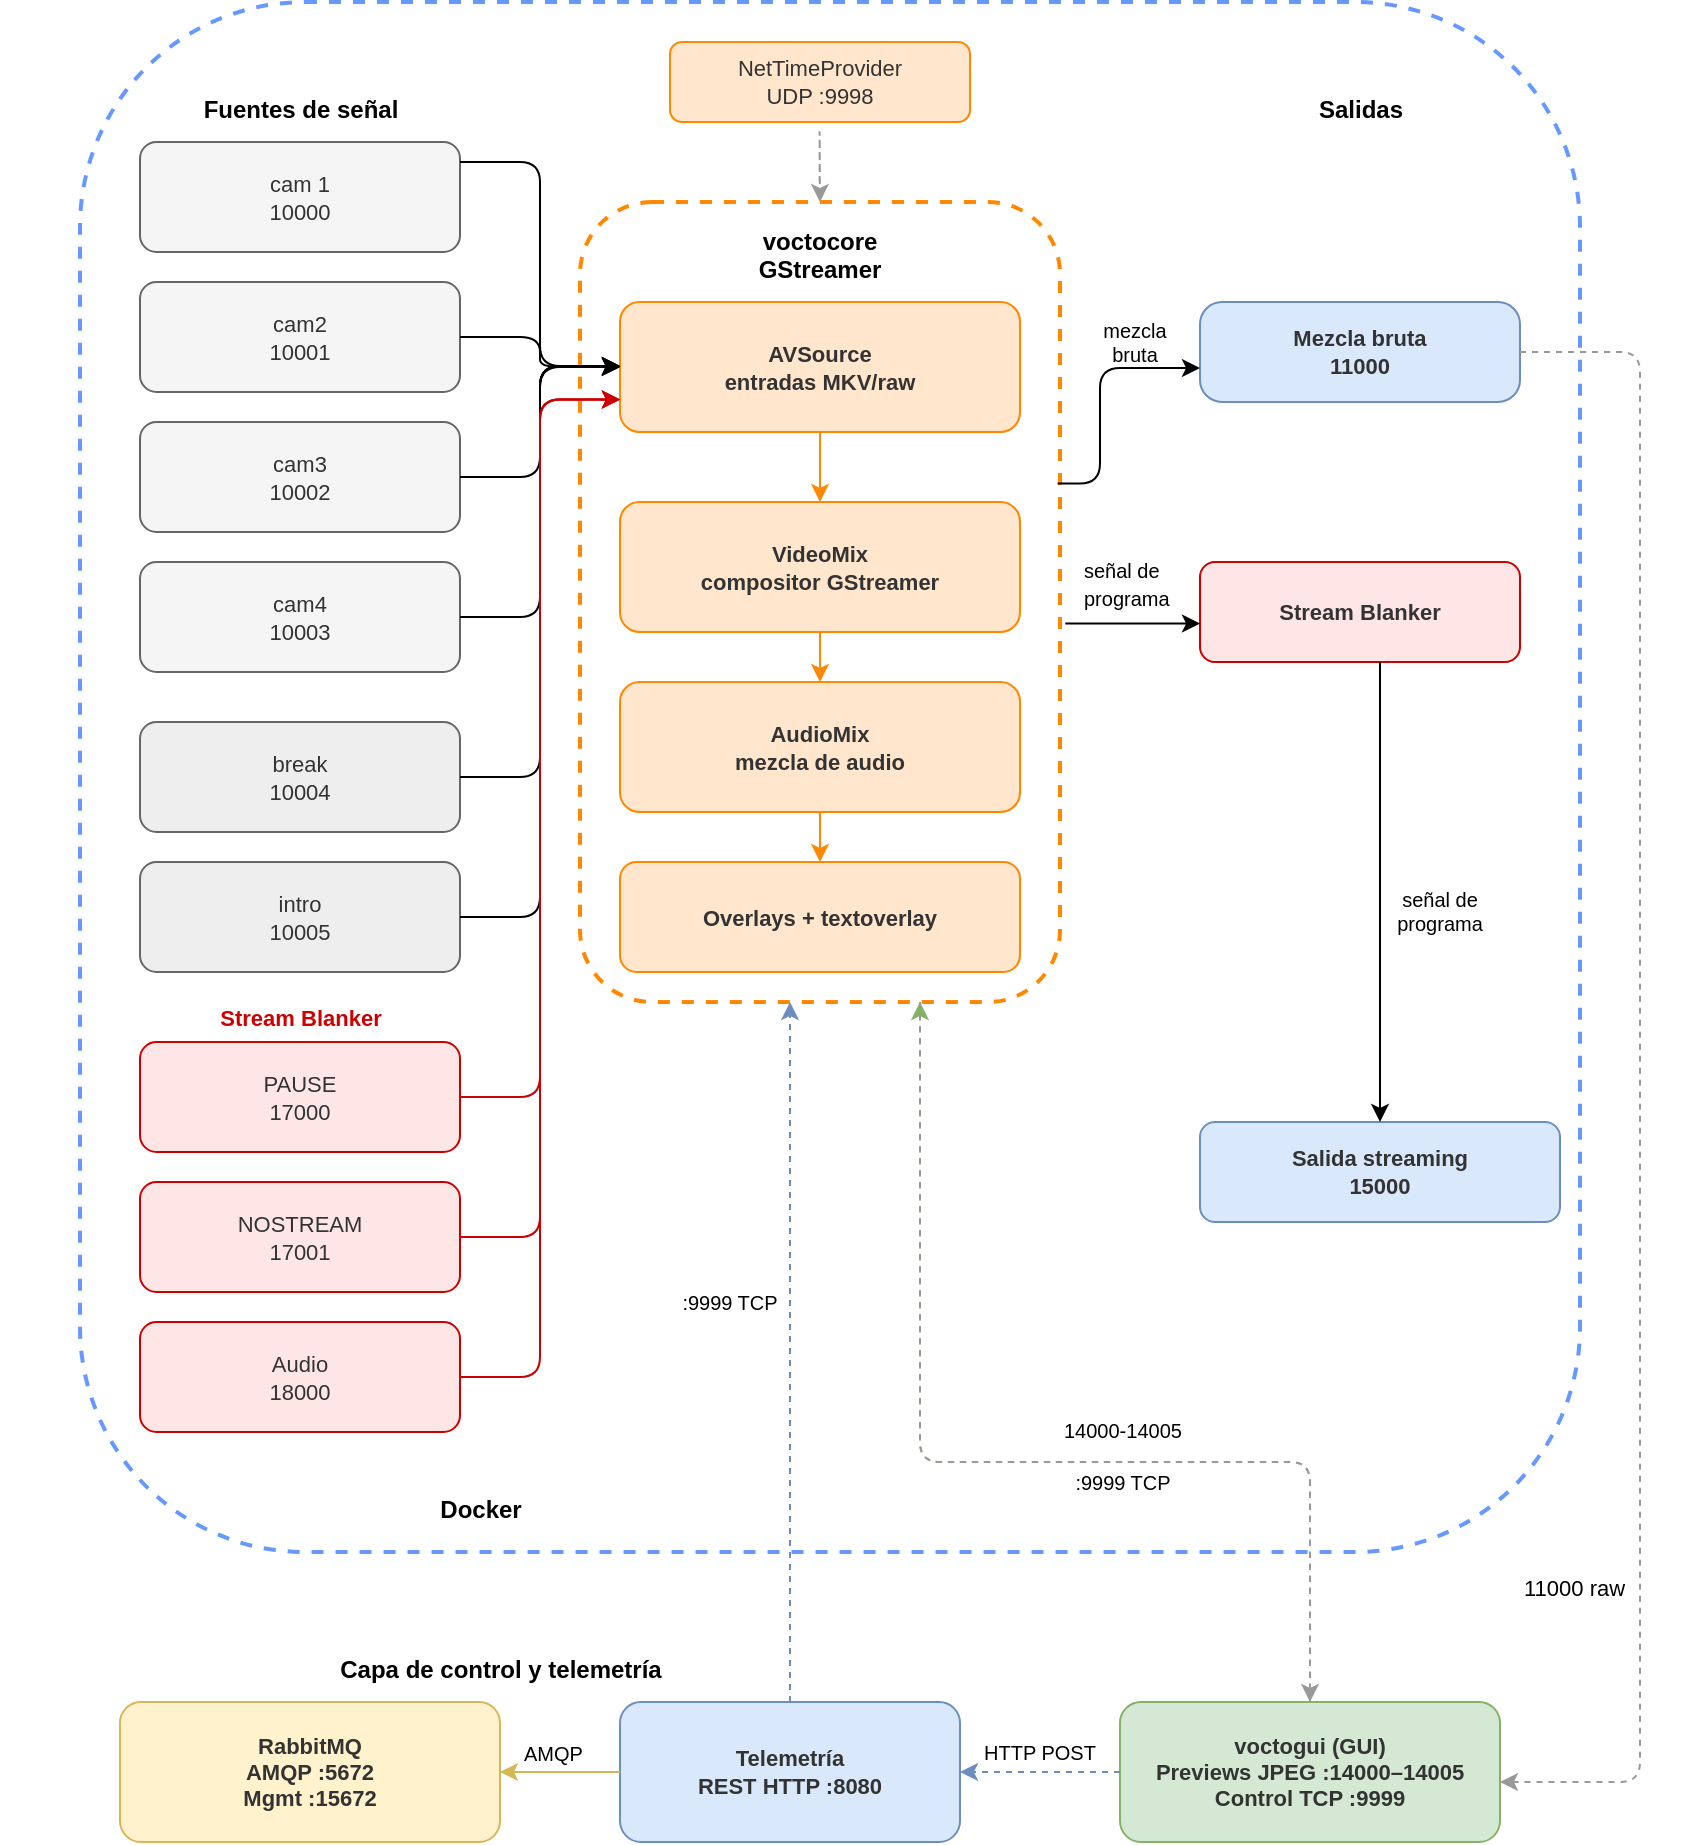
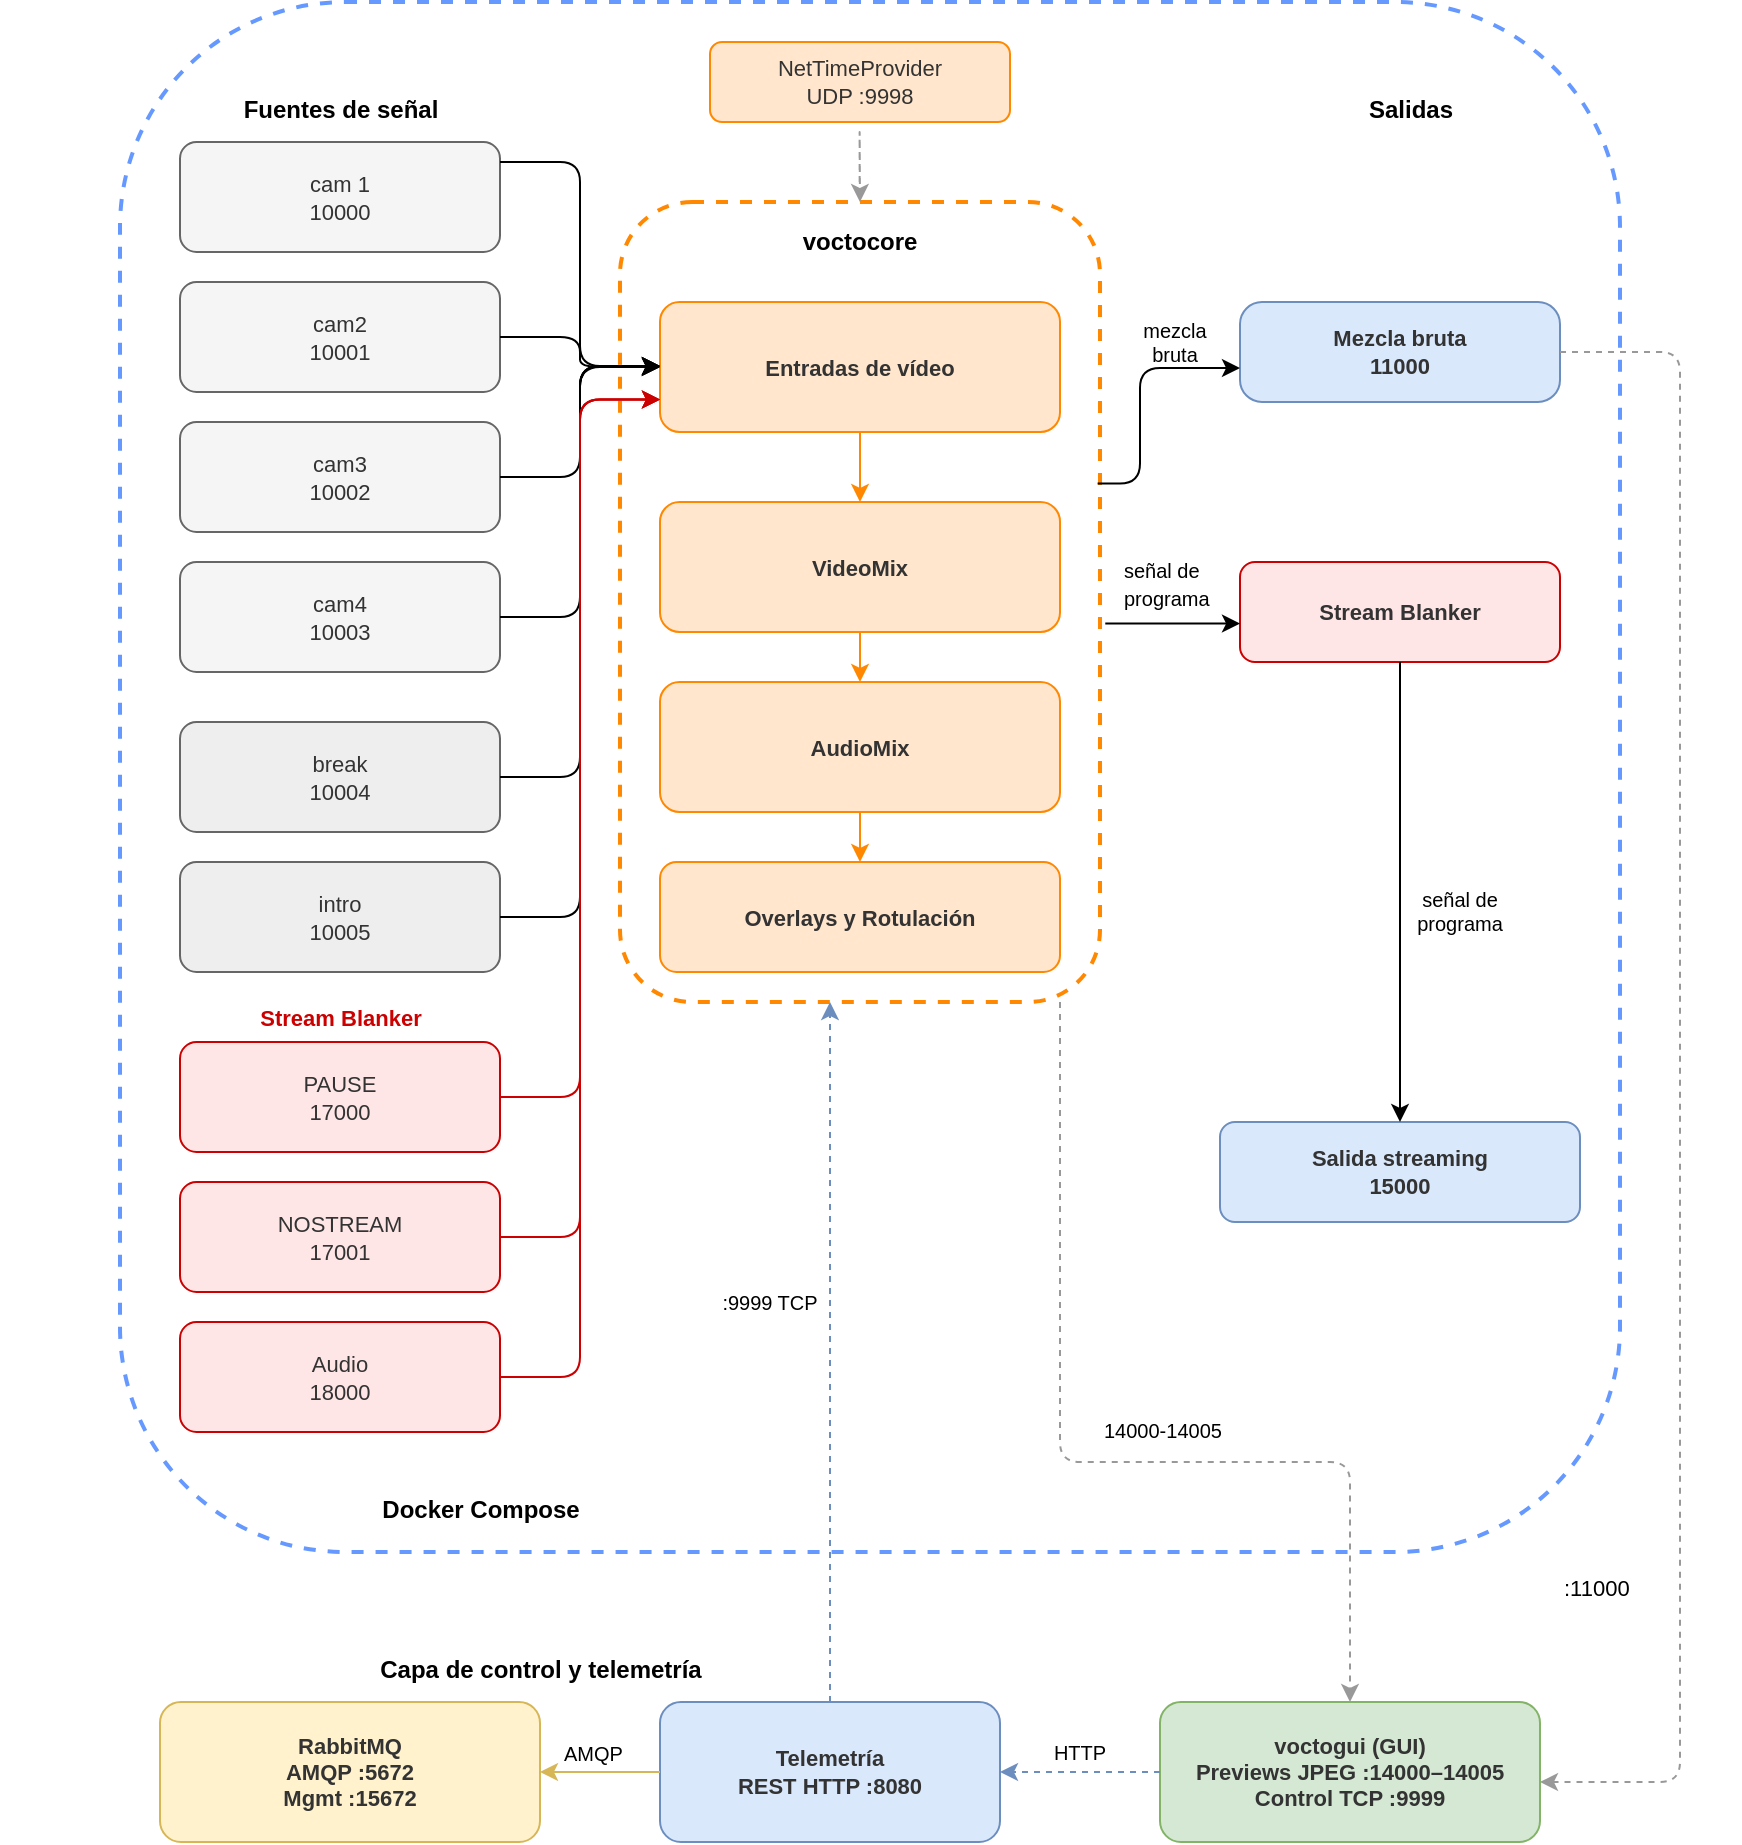
<mxfile host="65bd71144e">
    <diagram id="d5wA-btW1dQcc7cdyLZs" name="Page-1">
        <mxGraphModel dx="2426" dy="1487" grid="1" gridSize="10" guides="1" tooltips="1" connect="1" arrows="1" fold="1" page="1" pageScale="1" pageWidth="1654" pageHeight="1169" math="0" shadow="0">
            <root>
                <mxCell id="0"/>
                <mxCell id="1" parent="0"/>
                <mxCell id="docker" value="" style="rounded=1;whiteSpace=wrap;html=1;fillColor=none;strokeColor=#6699FF;strokeWidth=2;dashed=1;fontSize=13;fontStyle=1;verticalAlign=bottom;spacingBottom=6;align=center;" parent="1" vertex="1">
                    <mxGeometry y="-20" width="750" height="775" as="geometry"/>
                </mxCell>
                <mxCell id="lbl_fuentes" value="Fuentes de señal" style="text;html=1;align=center;fontStyle=1;fontSize=12;" parent="1" vertex="1">
                    <mxGeometry x="30" y="20" width="160" height="20" as="geometry"/>
                </mxCell>
                <mxCell id="cam1" value="cam 1&lt;div&gt;&lt;div&gt;10000&lt;/div&gt;&lt;/div&gt;" style="rounded=1;whiteSpace=wrap;html=1;fillColor=#f5f5f5;strokeColor=#666666;fontColor=#333333;fontSize=11;" parent="1" vertex="1">
                    <mxGeometry x="30" y="50" width="160" height="55" as="geometry"/>
                </mxCell>
                <mxCell id="cam2" value="cam2&lt;br&gt;10001" style="rounded=1;whiteSpace=wrap;html=1;fillColor=#f5f5f5;strokeColor=#666666;fontColor=#333333;fontSize=11;" parent="1" vertex="1">
                    <mxGeometry x="30" y="120" width="160" height="55" as="geometry"/>
                </mxCell>
                <mxCell id="cam3" value="cam3&lt;br&gt;10002" style="rounded=1;whiteSpace=wrap;html=1;fillColor=#f5f5f5;strokeColor=#666666;fontColor=#333333;fontSize=11;" parent="1" vertex="1">
                    <mxGeometry x="30" y="190" width="160" height="55" as="geometry"/>
                </mxCell>
                <mxCell id="cam4" value="cam4&lt;br&gt;10003" style="rounded=1;whiteSpace=wrap;html=1;fillColor=#f5f5f5;strokeColor=#666666;fontColor=#333333;fontSize=11;" parent="1" vertex="1">
                    <mxGeometry x="30" y="260" width="160" height="55" as="geometry"/>
                </mxCell>
                <mxCell id="brk" value="break&lt;br&gt;10004" style="rounded=1;whiteSpace=wrap;html=1;fillColor=#eeeeee;strokeColor=#666666;fontColor=#333333;fontSize=11;" parent="1" vertex="1">
                    <mxGeometry x="30" y="340" width="160" height="55" as="geometry"/>
                </mxCell>
                <mxCell id="intro" value="intro&lt;br&gt;10005" style="rounded=1;whiteSpace=wrap;html=1;fillColor=#eeeeee;strokeColor=#666666;fontColor=#333333;fontSize=11;" parent="1" vertex="1">
                    <mxGeometry x="30" y="410" width="160" height="55" as="geometry"/>
                </mxCell>
                <mxCell id="lbl_sb" value="Stream Blanker" style="text;html=1;align=center;fontStyle=1;fontSize=11;fontColor=#CC0000;" parent="1" vertex="1">
                    <mxGeometry x="30" y="475" width="160" height="20" as="geometry"/>
                </mxCell>
                <mxCell id="sbp" value="PAUSE&lt;br&gt;17000" style="rounded=1;whiteSpace=wrap;html=1;fillColor=#ffe6e6;strokeColor=#CC0000;fontColor=#333333;fontSize=11;" parent="1" vertex="1">
                    <mxGeometry x="30" y="500" width="160" height="55" as="geometry"/>
                </mxCell>
                <mxCell id="sbn" value="NOSTREAM&lt;br&gt;17001" style="rounded=1;whiteSpace=wrap;html=1;fillColor=#ffe6e6;strokeColor=#CC0000;fontColor=#333333;fontSize=11;" parent="1" vertex="1">
                    <mxGeometry x="30" y="570" width="160" height="55" as="geometry"/>
                </mxCell>
                <mxCell id="sba" value="Audio&lt;br&gt;18000" style="rounded=1;whiteSpace=wrap;html=1;fillColor=#ffe6e6;strokeColor=#CC0000;fontColor=#333333;fontSize=11;" parent="1" vertex="1">
                    <mxGeometry x="30" y="640" width="160" height="55" as="geometry"/>
                </mxCell>
-                 <mxCell id="voctocore_box" value="voctocore&lt;br&gt;GStreamer" style="rounded=1;whiteSpace=wrap;html=1;fillColor=none;strokeColor=#FF8800;strokeWidth=2;dashed=1;fontSize=12;fontStyle=1;verticalAlign=top;spacingTop=6;" parent="1" vertex="1">
+                 <mxCell id="voctocore_box" value="voctocore" style="rounded=1;whiteSpace=wrap;html=1;fillColor=none;strokeColor=#FF8800;strokeWidth=2;dashed=1;fontSize=12;fontStyle=1;verticalAlign=top;spacingTop=6;" parent="1" vertex="1">
                    <mxGeometry x="250" y="80" width="240" height="400" as="geometry"/>
                </mxCell>
-                 <mxCell id="avsrc" value="AVSource&lt;br&gt;entradas MKV/raw" style="rounded=1;whiteSpace=wrap;html=1;fillColor=#FFE6CC;strokeColor=#FF8800;fontColor=#333333;fontSize=11;fontStyle=1;" parent="1" vertex="1">
+                 <mxCell id="avsrc" value="Entradas de vídeo" style="rounded=1;whiteSpace=wrap;html=1;fillColor=#FFE6CC;strokeColor=#FF8800;fontColor=#333333;fontSize=11;fontStyle=1;" parent="1" vertex="1">
                    <mxGeometry x="270" y="130" width="200" height="65" as="geometry"/>
                </mxCell>
-                 <mxCell id="vmix" value="VideoMix&#xa;compositor GStreamer" style="rounded=1;whiteSpace=wrap;html=1;fillColor=#FFE6CC;strokeColor=#FF8800;fontColor=#333333;fontSize=11;fontStyle=1;" parent="1" vertex="1">
+                 <mxCell id="vmix" value="VideoMix" style="rounded=1;whiteSpace=wrap;html=1;fillColor=#FFE6CC;strokeColor=#FF8800;fontColor=#333333;fontSize=11;fontStyle=1;" parent="1" vertex="1">
                    <mxGeometry x="270" y="230" width="200" height="65" as="geometry"/>
                </mxCell>
-                 <mxCell id="amix" value="AudioMix&#xa;mezcla de audio" style="rounded=1;whiteSpace=wrap;html=1;fillColor=#FFE6CC;strokeColor=#FF8800;fontColor=#333333;fontSize=11;fontStyle=1;" parent="1" vertex="1">
+                 <mxCell id="amix" value="AudioMix" style="rounded=1;whiteSpace=wrap;html=1;fillColor=#FFE6CC;strokeColor=#FF8800;fontColor=#333333;fontSize=11;fontStyle=1;" parent="1" vertex="1">
                    <mxGeometry x="270" y="320" width="200" height="65" as="geometry"/>
                </mxCell>
-                 <mxCell id="ovl" value="Overlays + textoverlay" style="rounded=1;whiteSpace=wrap;html=1;fillColor=#FFE6CC;strokeColor=#FF8800;fontColor=#333333;fontSize=11;fontStyle=1;" parent="1" vertex="1">
+                 <mxCell id="ovl" value="Overlays y Rotulación" style="rounded=1;whiteSpace=wrap;html=1;fillColor=#FFE6CC;strokeColor=#FF8800;fontColor=#333333;fontSize=11;fontStyle=1;" parent="1" vertex="1">
                    <mxGeometry x="270" y="410" width="200" height="55" as="geometry"/>
                </mxCell>
                <mxCell id="ntp" value="NetTimeProvider&#xa;UDP :9998" style="rounded=1;whiteSpace=wrap;html=1;fillColor=#FFE6CC;strokeColor=#FF8800;fontColor=#333333;fontSize=11;" parent="1" vertex="1">
                    <mxGeometry x="295" width="150" height="40" as="geometry"/>
                </mxCell>
                <mxCell id="lbl_salidas" value="Salidas" style="text;html=1;align=center;fontStyle=1;fontSize=12;" parent="1" vertex="1">
-                     <mxGeometry x="540" y="20" width="200" height="20" as="geometry"/>
+                     <mxGeometry x="540" y="20" width="210" height="30" as="geometry"/>
                </mxCell>
                <mxCell id="outraw" value="Mezcla bruta&lt;br&gt;11000" style="rounded=1;whiteSpace=wrap;html=1;fillColor=#dae8fc;strokeColor=#6c8ebf;fontColor=#333333;fontSize=11;fontStyle=1;arcSize=22;" parent="1" vertex="1">
                    <mxGeometry x="560" y="130" width="160" height="50" as="geometry"/>
                </mxCell>
                <mxCell id="sb" value="Stream Blanker" style="rounded=1;whiteSpace=wrap;html=1;fillColor=#ffe6e6;strokeColor=#CC0000;fontColor=#333333;fontSize=11;fontStyle=1;" parent="1" vertex="1">
                    <mxGeometry x="560" y="260" width="160" height="50" as="geometry"/>
                </mxCell>
                <mxCell id="outst" value="Salida streaming&lt;br&gt;15000" style="rounded=1;whiteSpace=wrap;html=1;fillColor=#dae8fc;strokeColor=#6c8ebf;fontColor=#333333;fontSize=11;fontStyle=1;" parent="1" vertex="1">
-                     <mxGeometry x="560" y="540" width="180" height="50" as="geometry"/>
+                     <mxGeometry x="550" y="540" width="180" height="50" as="geometry"/>
                </mxCell>
                <mxCell id="lbl_control" value="Capa de control y telemetría" style="text;html=1;align=center;fontStyle=1;fontSize=12;" parent="1" vertex="1">
                    <mxGeometry x="-30" y="800" width="480" height="20" as="geometry"/>
                </mxCell>
                <mxCell id="gui" value="voctogui (GUI)&lt;br&gt;Previews JPEG :14000–14005&lt;br&gt;Control TCP :9999" style="rounded=1;whiteSpace=wrap;html=1;fillColor=#d5e8d4;strokeColor=#82b366;fontColor=#333333;fontSize=11;fontStyle=1;" parent="1" vertex="1">
                    <mxGeometry x="520" y="830" width="190" height="70" as="geometry"/>
                </mxCell>
                <mxCell id="notario" value="Telemetría&lt;br&gt;REST HTTP :8080" style="rounded=1;whiteSpace=wrap;html=1;fillColor=#dae8fc;strokeColor=#6c8ebf;fontColor=#333333;fontSize=11;fontStyle=1;" parent="1" vertex="1">
                    <mxGeometry x="270" y="830" width="170" height="70" as="geometry"/>
                </mxCell>
                <mxCell id="rmq" value="RabbitMQ&#xa;AMQP :5672&#xa;Mgmt :15672" style="rounded=1;whiteSpace=wrap;html=1;fillColor=#fff2cc;strokeColor=#d6b656;fontColor=#333333;fontSize=11;fontStyle=1;" parent="1" vertex="1">
                    <mxGeometry x="20" y="830" width="190" height="70" as="geometry"/>
                </mxCell>
                <mxCell id="e_cam1" style="edgeStyle=orthogonalEdgeStyle;" parent="1" source="cam1" target="avsrc" edge="1">
                    <mxGeometry relative="1" as="geometry">
                        <Array as="points">
                            <mxPoint x="230" y="60"/>
                            <mxPoint x="230" y="162"/>
                        </Array>
                    </mxGeometry>
                </mxCell>
                <mxCell id="e_cam2" style="edgeStyle=orthogonalEdgeStyle;" parent="1" source="cam2" target="avsrc" edge="1">
                    <mxGeometry relative="1" as="geometry"/>
                </mxCell>
                <mxCell id="e_cam3" style="edgeStyle=orthogonalEdgeStyle;" parent="1" source="cam3" target="avsrc" edge="1">
                    <mxGeometry relative="1" as="geometry"/>
                </mxCell>
                <mxCell id="e_cam4" style="edgeStyle=orthogonalEdgeStyle;" parent="1" source="cam4" target="avsrc" edge="1">
                    <mxGeometry relative="1" as="geometry">
                        <Array as="points">
                            <mxPoint x="230" y="288"/>
                            <mxPoint x="230" y="162"/>
                        </Array>
                    </mxGeometry>
                </mxCell>
                <mxCell id="e_brk" style="edgeStyle=orthogonalEdgeStyle;" parent="1" source="brk" target="avsrc" edge="1">
                    <mxGeometry relative="1" as="geometry">
                        <Array as="points">
                            <mxPoint x="230" y="368"/>
                            <mxPoint x="230" y="162"/>
                        </Array>
                    </mxGeometry>
                </mxCell>
                <mxCell id="e_intro" style="edgeStyle=orthogonalEdgeStyle;" parent="1" source="intro" target="avsrc" edge="1">
                    <mxGeometry relative="1" as="geometry">
                        <Array as="points">
                            <mxPoint x="230" y="438"/>
                            <mxPoint x="230" y="162"/>
                        </Array>
                    </mxGeometry>
                </mxCell>
                <mxCell id="e_sbp" style="edgeStyle=orthogonalEdgeStyle;strokeColor=#CC0000;entryX=0;entryY=0.75;entryDx=0;entryDy=0;" parent="1" source="sbp" target="avsrc" edge="1">
                    <mxGeometry relative="1" as="geometry">
                        <Array as="points">
                            <mxPoint x="230" y="528"/>
                            <mxPoint x="230" y="179"/>
                        </Array>
                    </mxGeometry>
                </mxCell>
                <mxCell id="e_sbn" style="edgeStyle=orthogonalEdgeStyle;strokeColor=#CC0000;entryX=0;entryY=0.75;entryDx=0;entryDy=0;" parent="1" source="sbn" target="avsrc" edge="1">
                    <mxGeometry relative="1" as="geometry">
                        <Array as="points">
                            <mxPoint x="230" y="598"/>
                            <mxPoint x="230" y="179"/>
                        </Array>
                    </mxGeometry>
                </mxCell>
                <mxCell id="e_sba" style="edgeStyle=orthogonalEdgeStyle;strokeColor=#CC0000;entryX=0;entryY=0.75;entryDx=0;entryDy=0;" parent="1" source="sba" target="avsrc" edge="1">
                    <mxGeometry relative="1" as="geometry">
                        <mxPoint x="260" y="170" as="targetPoint"/>
                        <Array as="points">
                            <mxPoint x="230" y="668"/>
                            <mxPoint x="230" y="179"/>
                        </Array>
                    </mxGeometry>
                </mxCell>
                <mxCell id="e_avsrc_vmix" style="edgeStyle=orthogonalEdgeStyle;strokeColor=#FF8800;" parent="1" source="avsrc" target="vmix" edge="1">
                    <mxGeometry relative="1" as="geometry"/>
                </mxCell>
                <mxCell id="e_vmix_amix" style="edgeStyle=orthogonalEdgeStyle;strokeColor=#FF8800;" parent="1" source="vmix" target="amix" edge="1">
                    <mxGeometry relative="1" as="geometry"/>
                </mxCell>
                <mxCell id="e_amix_ovl" style="edgeStyle=orthogonalEdgeStyle;strokeColor=#FF8800;" parent="1" source="amix" target="ovl" edge="1">
                    <mxGeometry relative="1" as="geometry"/>
                </mxCell>
                <mxCell id="e_ovl_raw" value="mezcla&#xa;bruta" style="edgeStyle=orthogonalEdgeStyle;fontSize=10;exitX=0.995;exitY=0.352;exitDx=0;exitDy=0;exitPerimeter=0;" parent="1" source="voctocore_box" target="outraw" edge="1">
                    <mxGeometry x="0.4957" y="13" relative="1" as="geometry">
                        <Array as="points">
                            <mxPoint x="510" y="221"/>
                            <mxPoint x="510" y="163"/>
                        </Array>
                        <mxPoint as="offset"/>
                    </mxGeometry>
                </mxCell>
                <mxCell id="e_ovl_sb" style="edgeStyle=orthogonalEdgeStyle;exitX=1.011;exitY=0.527;exitDx=0;exitDy=0;exitPerimeter=0;" parent="1" source="voctocore_box" target="sb" edge="1">
                    <mxGeometry relative="1" as="geometry">
                        <Array as="points">
                            <mxPoint x="510" y="290"/>
                            <mxPoint x="510" y="290"/>
                        </Array>
                    </mxGeometry>
                </mxCell>
-                 <mxCell id="e_sb_out" value="señal de&#xa;programa" style="edgeStyle=orthogonalEdgeStyle;fontSize=10;" parent="1" source="sb" target="outst" edge="1">
+                 <mxCell id="e_sb_out" value="señal de&#xa;programa" style="edgeStyle=orthogonalEdgeStyle;fontSize=10;exitX=0.5;exitY=1;exitDx=0;exitDy=0;" parent="1" source="sb" target="outst" edge="1">
                    <mxGeometry x="0.0805" y="30" relative="1" as="geometry">
                        <Array as="points">
-                             <mxPoint x="650" y="330"/>
-                             <mxPoint x="650" y="330"/>
-                         </Array>
-                         <mxPoint as="offset"/>
-                     </mxGeometry>
-                 </mxCell>
-                 <mxCell id="e_gui_voc" value=":9999 TCP" style="edgeStyle=orthogonalEdgeStyle;dashed=1;strokeColor=#82b366;fontSize=10;" parent="1" source="gui" target="voctocore_box" edge="1">
-                     <mxGeometry x="-0.2174" y="10" relative="1" as="geometry">
-                         <Array as="points">
-                             <mxPoint x="615" y="710"/>
-                             <mxPoint x="420" y="710"/>
-                         </Array>
-                         <mxPoint as="offset"/>
-                     </mxGeometry>
-                 </mxCell>
-                 <mxCell id="e_gui_not" value="HTTP POST" style="edgeStyle=orthogonalEdgeStyle;dashed=1;strokeColor=#6c8ebf;fontSize=10;" parent="1" source="gui" target="notario" edge="1">
+                             <mxPoint x="640" y="420"/>
+                             <mxPoint x="640" y="420"/>
+                         </Array>
+                         <mxPoint as="offset"/>
+                     </mxGeometry>
+                 </mxCell>
+                 <mxCell id="e_gui_not" value="HTTP" style="edgeStyle=orthogonalEdgeStyle;dashed=1;strokeColor=#6c8ebf;fontSize=10;" parent="1" source="gui" target="notario" edge="1">
                    <mxGeometry y="-10" relative="1" as="geometry">
                        <mxPoint as="offset"/>
                    </mxGeometry>
                </mxCell>
                <mxCell id="e_not_rmq" value="AMQP" style="edgeStyle=orthogonalEdgeStyle;strokeColor=#d6b656;fontSize=10;entryX=1;entryY=0.5;entryDx=0;entryDy=0;" parent="1" source="notario" edge="1">
                    <mxGeometry x="0.1183" y="-10" relative="1" as="geometry">
                        <mxPoint x="210" y="865" as="targetPoint"/>
                        <mxPoint as="offset"/>
                    </mxGeometry>
                </mxCell>
                <mxCell id="e_not_voc" value=":9999 TCP" style="edgeStyle=orthogonalEdgeStyle;dashed=1;strokeColor=#6c8ebf;fontSize=10;" parent="1" source="notario" target="voctocore_box" edge="1">
                    <mxGeometry x="0.1429" y="30" relative="1" as="geometry">
                        <Array as="points">
                            <mxPoint x="355" y="650"/>
                            <mxPoint x="355" y="650"/>
                        </Array>
                        <mxPoint as="offset"/>
                    </mxGeometry>
                </mxCell>
                <mxCell id="e_prev_gui" value="" style="edgeStyle=orthogonalEdgeStyle;dashed=1;strokeColor=#999999;fontSize=10;" parent="1" source="voctocore_box" target="gui" edge="1">
                    <mxGeometry relative="1" as="geometry">
                        <Array as="points">
-                             <mxPoint x="420" y="710"/>
+                             <mxPoint x="470" y="710"/>
                            <mxPoint x="615" y="710"/>
                        </Array>
                        <mxPoint as="offset"/>
                    </mxGeometry>
                </mxCell>
                <mxCell id="6" value="" style="edgeStyle=orthogonalEdgeStyle;dashed=1;strokeColor=#999999;fontSize=10;exitX=1;exitY=0.5;exitDx=0;exitDy=0;" edge="1" parent="1" source="outraw" target="gui">
                    <mxGeometry relative="1" as="geometry">
                        <mxPoint x="827" y="205" as="sourcePoint"/>
                        <mxPoint x="700" y="870" as="targetPoint"/>
                        <Array as="points">
                            <mxPoint x="780" y="155"/>
                            <mxPoint x="780" y="870"/>
                        </Array>
                    </mxGeometry>
                </mxCell>
-                 <mxCell id="7" value="11000 raw" style="text;whiteSpace=wrap;fontSize=11;" vertex="1" parent="1">
+                 <mxCell id="7" value=":11000" style="text;whiteSpace=wrap;fontSize=11;" vertex="1" parent="1">
                    <mxGeometry x="720" y="760" width="90" height="40" as="geometry"/>
                </mxCell>
-                 <mxCell id="8" value="Docker" style="text;html=1;align=center;fontStyle=1;fontSize=12;" vertex="1" parent="1">
-                     <mxGeometry x="-40" y="720" width="480" height="20" as="geometry"/>
+                 <mxCell id="8" value="Docker Compose" style="text;html=1;align=center;fontStyle=1;fontSize=12;" vertex="1" parent="1">
+                     <mxGeometry x="-60" y="720" width="480" height="20" as="geometry"/>
                </mxCell>
                <mxCell id="10" value="&lt;span style=&quot;color: rgb(0, 0, 0); font-family: Helvetica; font-size: 10px; font-style: normal; font-variant-ligatures: normal; font-variant-caps: normal; font-weight: 400; letter-spacing: normal; orphans: 2; text-align: center; text-indent: 0px; text-transform: none; widows: 2; word-spacing: 0px; -webkit-text-stroke-width: 0px; white-space: nowrap; background-color: rgb(255, 255, 255); text-decoration-thickness: initial; text-decoration-style: initial; text-decoration-color: initial; float: none; display: inline !important;&quot;&gt;14000-14005&lt;/span&gt;&lt;div&gt;&lt;span style=&quot;color: rgb(0, 0, 0); font-family: Helvetica; font-size: 10px; font-style: normal; font-variant-ligatures: normal; font-variant-caps: normal; font-weight: 400; letter-spacing: normal; orphans: 2; text-align: center; text-indent: 0px; text-transform: none; widows: 2; word-spacing: 0px; -webkit-text-stroke-width: 0px; white-space: nowrap; background-color: rgb(255, 255, 255); text-decoration-thickness: initial; text-decoration-style: initial; text-decoration-color: initial; float: none; display: inline !important;&quot;&gt;&lt;br&gt;&lt;/span&gt;&lt;/div&gt;" style="text;whiteSpace=wrap;html=1;" vertex="1" parent="1">
                    <mxGeometry x="490" y="680" width="80" height="40" as="geometry"/>
                </mxCell>
                <mxCell id="12" value="" style="edgeStyle=orthogonalEdgeStyle;dashed=1;strokeColor=#999999;fontSize=10;" edge="1" parent="1">
                    <mxGeometry relative="1" as="geometry">
                        <mxPoint x="369.82000000000005" y="70" as="sourcePoint"/>
                        <mxPoint x="369.98" y="80" as="targetPoint"/>
                        <Array as="points">
                            <mxPoint x="370.09000000000003" y="40"/>
                        </Array>
                        <mxPoint as="offset"/>
                    </mxGeometry>
                </mxCell>
                <mxCell id="14" value="&lt;span style=&quot;color: rgb(0, 0, 0); font-family: Helvetica; font-size: 10px; font-style: normal; font-variant-ligatures: normal; font-variant-caps: normal; font-weight: 400; letter-spacing: normal; orphans: 2; text-align: center; text-indent: 0px; text-transform: none; widows: 2; word-spacing: 0px; -webkit-text-stroke-width: 0px; white-space: nowrap; background-color: rgb(255, 255, 255); text-decoration-thickness: initial; text-decoration-style: initial; text-decoration-color: initial; display: inline !important; float: none;&quot;&gt;señal de&lt;/span&gt;&lt;br style=&quot;forced-color-adjust: none; color: rgb(63, 63, 63); scrollbar-color: rgb(226, 226, 226) rgb(251, 251, 251); padding: 0px; margin: 0px; font-family: Helvetica; font-size: 10px; font-style: normal; font-variant-ligatures: normal; font-variant-caps: normal; font-weight: 400; letter-spacing: normal; orphans: 2; text-align: center; text-indent: 0px; text-transform: none; widows: 2; word-spacing: 0px; -webkit-text-stroke-width: 0px; white-space: nowrap; text-decoration-thickness: initial; text-decoration-style: initial; text-decoration-color: initial;&quot;&gt;&lt;span style=&quot;color: rgb(0, 0, 0); font-family: Helvetica; font-size: 10px; font-style: normal; font-variant-ligatures: normal; font-variant-caps: normal; font-weight: 400; letter-spacing: normal; orphans: 2; text-align: center; text-indent: 0px; text-transform: none; widows: 2; word-spacing: 0px; -webkit-text-stroke-width: 0px; white-space: nowrap; background-color: rgb(255, 255, 255); text-decoration-thickness: initial; text-decoration-style: initial; text-decoration-color: initial; display: inline !important; float: none;&quot;&gt;programa&lt;/span&gt;" style="text;whiteSpace=wrap;html=1;" vertex="1" parent="1">
                    <mxGeometry x="500" y="250" width="50" height="25" as="geometry"/>
                </mxCell>
            </root>
        </mxGraphModel>
    </diagram>
</mxfile>